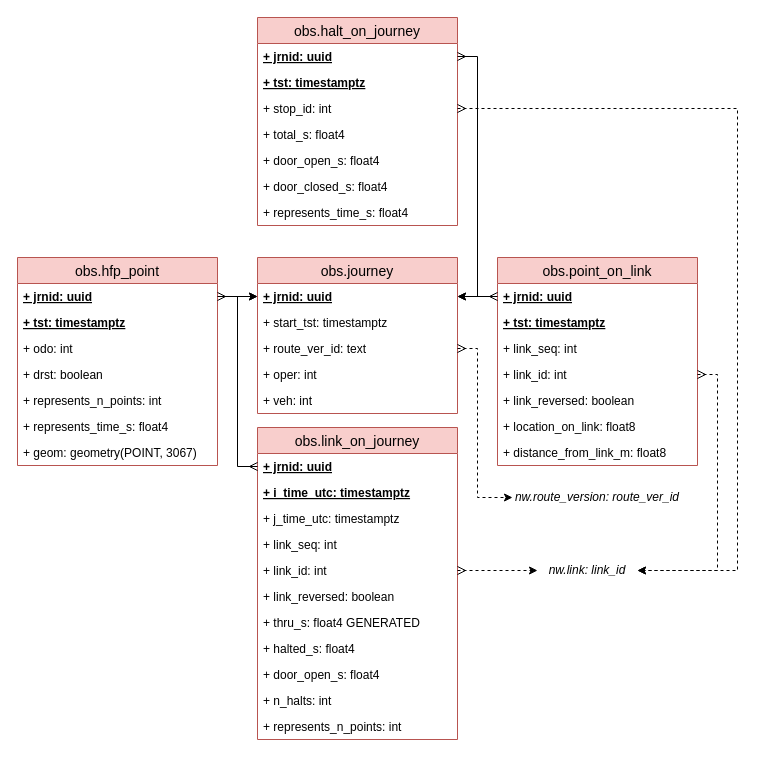
Above: page "obs" (2 of 6) of docs/sujuikoDB.drawio in datarttu/sujuikoDB (draw.io), before the change. Source tidied: cells renumbered, new cells numbered last; positions are measured from the earlier drawing's top-left corner, leaving out a move shared by most shapes. Both pictures are drawn from the tidied source at 100%, with x=0, y=0 at pixel (17, 17).
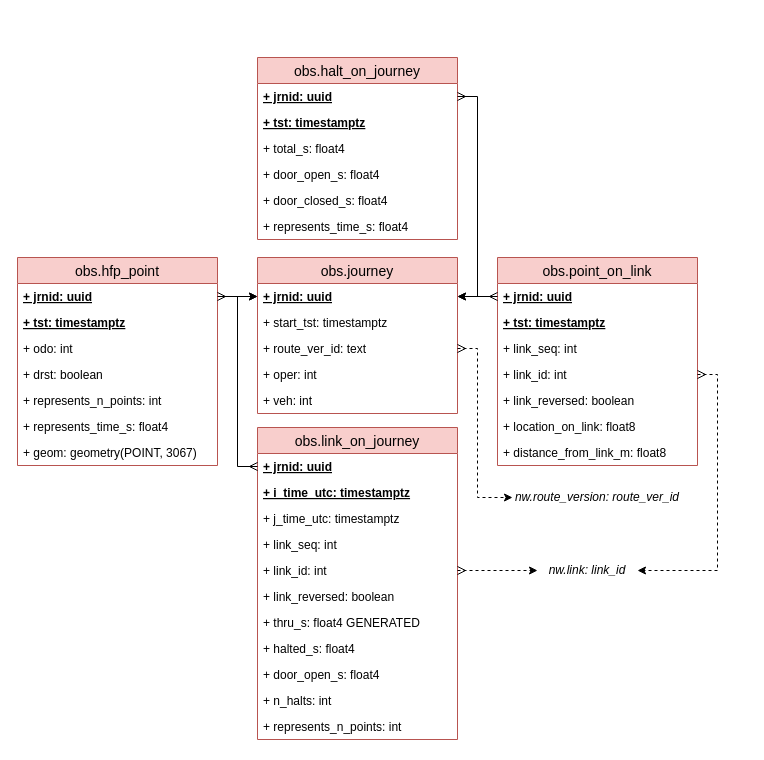
The same diagram, later.

Commit message (it also covers changes not shown here):
Move stop_id to the view of halt_on_journey

This way stop_id does not need to be materialized separately to the
halt_on_journey table, and possible corrections to stop locations are
automatically synced to the halt->stop relationships.

Unchanged cells that the change refers to:
```xml
<mxCell id="41" value="nw.link: link_id" style="text;html=1;strokeColor=none;fillColor=none;align=center;verticalAlign=middle;whiteSpace=wrap;rounded=0;fontStyle=2;" parent="1" vertex="1">
  <mxGeometry x="520" y="543" width="100" height="20" as="geometry" />
</mxCell>
```

Change to the diagram source:
```diff
@@
     <mxCell id="44" value="obs.halt_on_journey" style="swimlane;fontStyle=0;horizontal=1;startSize=26;fillColor=#f8cecc;swimlaneFillColor=#ffffff;align=center;fontSize=14;strokeColor=#b85450;" parent="1" vertex="1">
-      <mxGeometry x="240" width="200" height="208" as="geometry" />
+      <mxGeometry x="240" y="40" width="200" height="182" as="geometry" />
     </mxCell>
@@
-    <mxCell id="47" value="+ stop_id: int" style="text;strokeColor=none;fillColor=none;spacingLeft=4;spacingRight=4;overflow=hidden;points=[[0,0.5],[1,0.5]];portConstraint=eastwest;fontSize=12;" parent="44" vertex="1">
-      <mxGeometry y="78" width="200" height="26" as="geometry" />
-    </mxCell>
     <mxCell id="48" value="+ total_s: float4" style="text;strokeColor=none;fillColor=none;spacingLeft=4;spacingRight=4;overflow=hidden;fontSize=12;" parent="44" vertex="1">
-      <mxGeometry y="104" width="200" height="26" as="geometry" />
+      <mxGeometry y="78" width="200" height="26" as="geometry" />
     </mxCell>
     <mxCell id="49" value="+ door_open_s: float4" style="text;strokeColor=none;fillColor=none;spacingLeft=4;spacingRight=4;overflow=hidden;fontSize=12;" parent="44" vertex="1">
-      <mxGeometry y="130" width="200" height="26" as="geometry" />
+      <mxGeometry y="104" width="200" height="26" as="geometry" />
     </mxCell>
     <mxCell id="50" value="+ door_closed_s: float4" style="text;strokeColor=none;fillColor=none;spacingLeft=4;spacingRight=4;overflow=hidden;fontSize=12;" parent="44" vertex="1">
-      <mxGeometry y="156" width="200" height="26" as="geometry" />
+      <mxGeometry y="130" width="200" height="26" as="geometry" />
     </mxCell>
     <mxCell id="51" value="+ represents_time_s: float4" style="text;strokeColor=none;fillColor=none;spacingLeft=4;spacingRight=4;overflow=hidden;fontSize=12;" parent="44" vertex="1">
-      <mxGeometry y="182" width="200" height="26" as="geometry" />
+      <mxGeometry y="156" width="200" height="26" as="geometry" />
     </mxCell>
@@
-    <mxCell id="53" style="edgeStyle=orthogonalEdgeStyle;rounded=0;jettySize=auto;html=1;exitX=1;exitY=0.5;exitDx=0;exitDy=0;entryX=1;entryY=0.5;entryDx=0;entryDy=0;dashed=1;startArrow=ERmany;startFill=0;" parent="1" edge="1" source="47" target="41">
-      <mxGeometry relative="1" as="geometry">
-        <Array as="points">
-          <mxPoint x="720" y="91" />
-          <mxPoint x="720" y="553" />
-        </Array>
-      </mxGeometry>
-    </mxCell>
```
